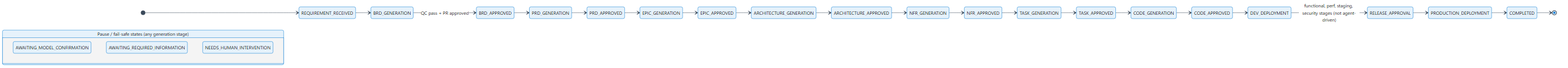
Before: docs/complete-solution-documentation/diagrams/rendered/26-sdlc-state-machine.png, a diagram exported from Mermaid (Deepankar-AICloud/AISDLC-V1). Its source is kept beside it as docs/complete-solution-documentation/diagrams/mermaid/26-sdlc-state-machine.mmd.
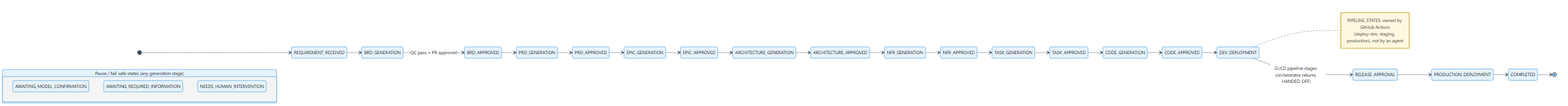
Above is the later version.

What changed in the source:
```diff
@@ -16,10 +16,15 @@
   TASK_APPROVED --> CODE_GENERATION
   CODE_GENERATION --> CODE_APPROVED
   CODE_APPROVED --> DEV_DEPLOYMENT
-  DEV_DEPLOYMENT --> RELEASE_APPROVAL: functional, perf, staging, security stages (not agent-driven)
+  DEV_DEPLOYMENT --> RELEASE_APPROVAL: CI/CD pipeline stages (orchestrator returns HANDED_OFF)
   RELEASE_APPROVAL --> PRODUCTION_DEPLOYMENT
   PRODUCTION_DEPLOYMENT --> COMPLETED
   COMPLETED --> [*]
+
+  note right of DEV_DEPLOYMENT
+    PIPELINE_STATES: owned by GitHub Actions
+    (deploy-dev, staging, production), not by an agent
+  end note
 
   state "Pause / fail-safe states (any generation stage)" as P {
     AWAITING_MODEL_CONFIRMATION
```
